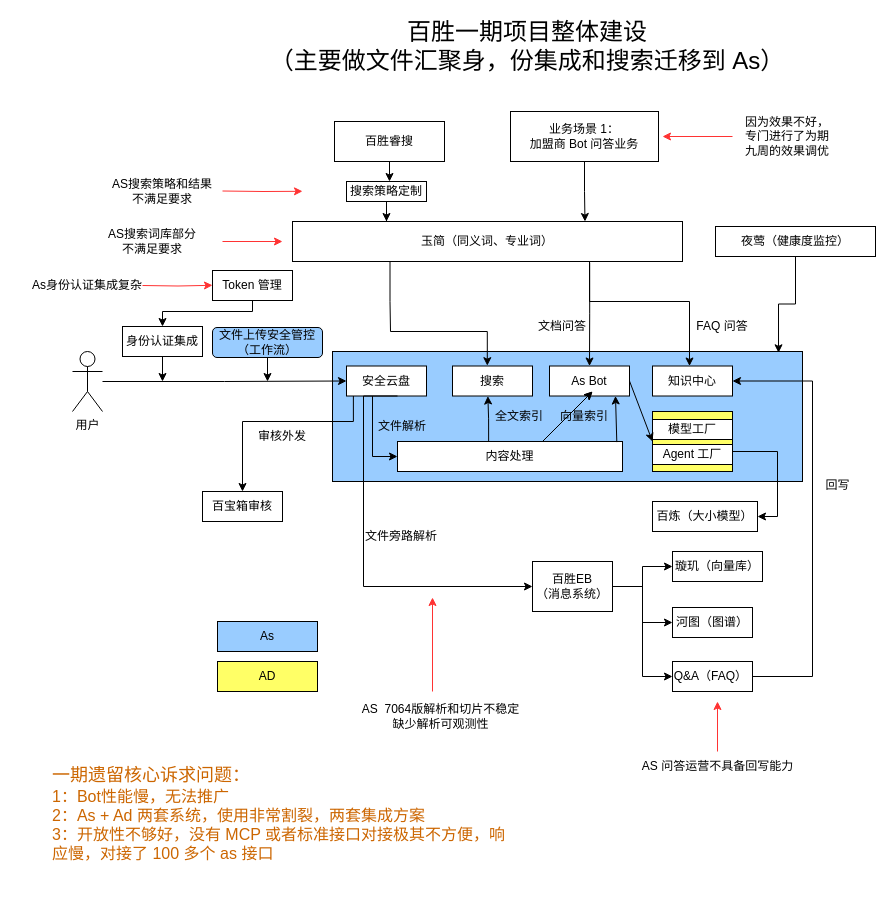
Above: 百胜一期项目建设情况.drawio in redpoppet/drawio_hub (draw.io), before the change. Source tidied: cells renumbered, new cells numbered last; positions are measured from the earlier drawing's top-left corner, leaving out a move shared by most shapes. Both pictures are drawn from the tidied source at 100%, with x=0, y=0 at pixel (17, 31).
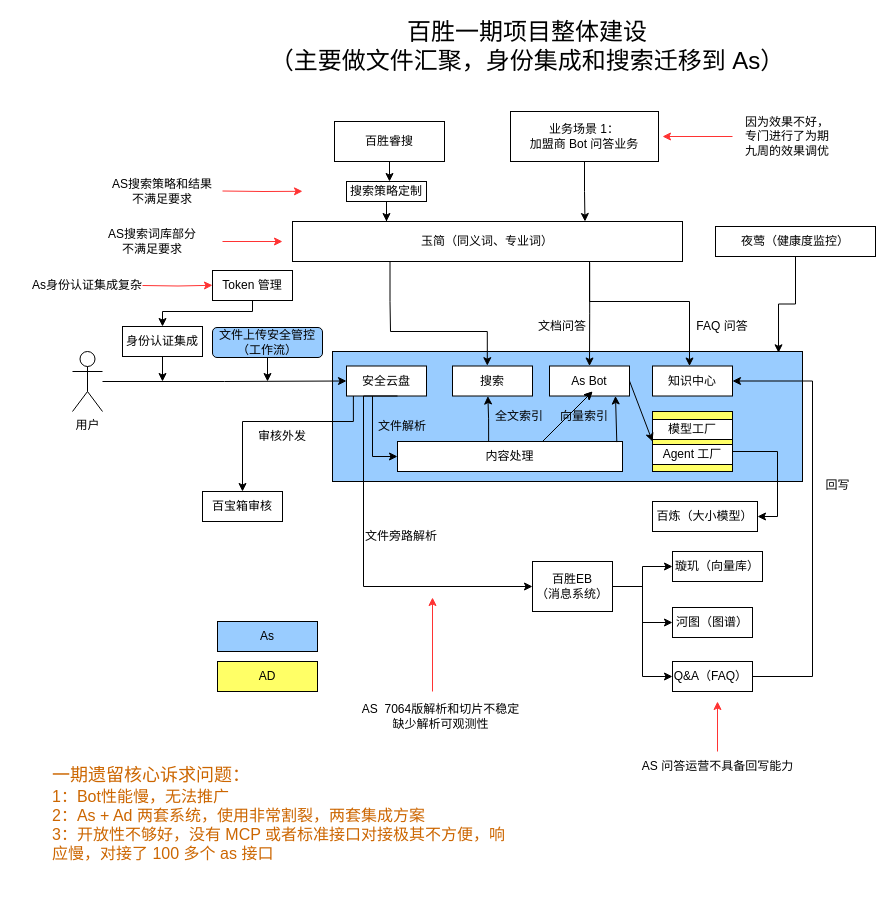
Above is the later version.

Commit message:
更新百胜一期项目建设情况.drawio

The edit, as a diff of the source:
```diff
@@
-    <mxCell id="40" value="&lt;font style=&quot;font-size: 24px;&quot;&gt;百胜一期项目整体建设&lt;/font&gt;&lt;div&gt;&lt;font style=&quot;font-size: 24px;&quot;&gt;（主要做文件汇聚身，份集成和搜索迁移到 As）&lt;/font&gt;&lt;/div&gt;" style="text;html=1;whiteSpace=wrap;strokeColor=none;fillColor=none;align=center;verticalAlign=middle;rounded=0;" parent="1" vertex="1">
+    <mxCell id="40" value="&lt;font style=&quot;font-size: 24px;&quot;&gt;百胜一期项目整体建设&lt;/font&gt;&lt;div&gt;&lt;font style=&quot;font-size: 24px;&quot;&gt;（主要做文件汇聚，身份集成和搜索迁移到 As）&lt;/font&gt;&lt;/div&gt;" style="text;html=1;whiteSpace=wrap;strokeColor=none;fillColor=none;align=center;verticalAlign=middle;rounded=0;" parent="1" vertex="1">
       <mxGeometry x="245" width="530" height="30" as="geometry" />
     </mxCell>
```
